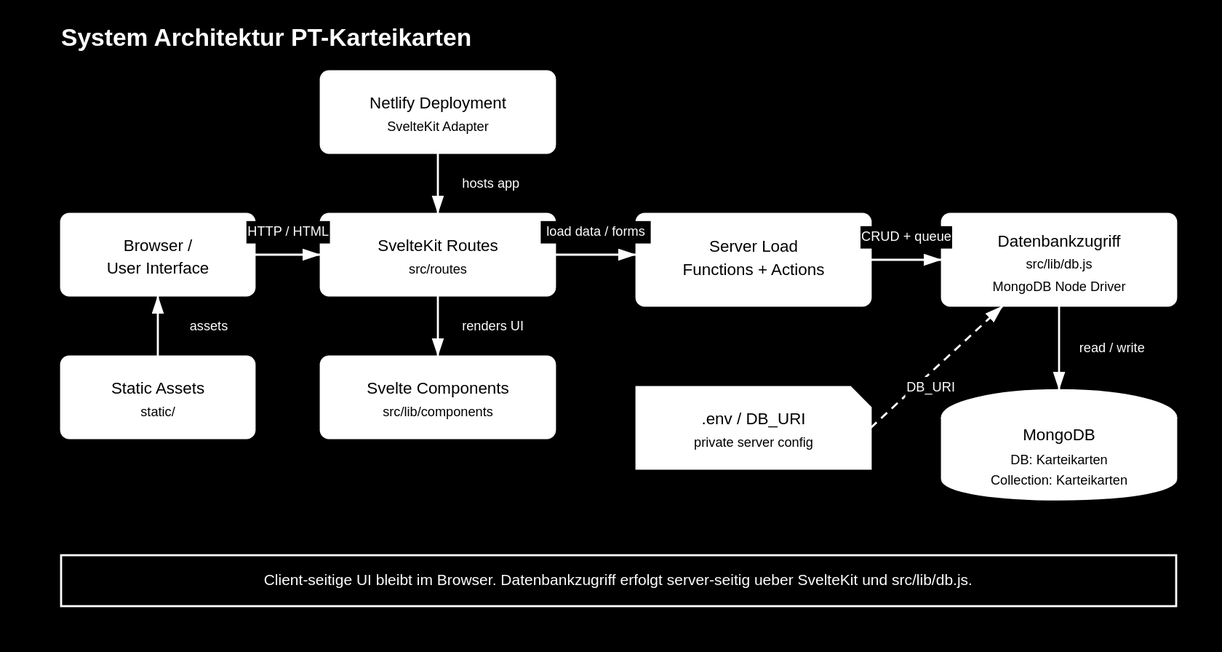
Above: doc/System_Architektur.drawio.svg in russoren1/PT-Karteikarten (draw.io), before the change. Source tidied: cells renumbered, new cells last; positions are measured from the earlier drawing's top-left corner, leaving out a move shared by most shapes.
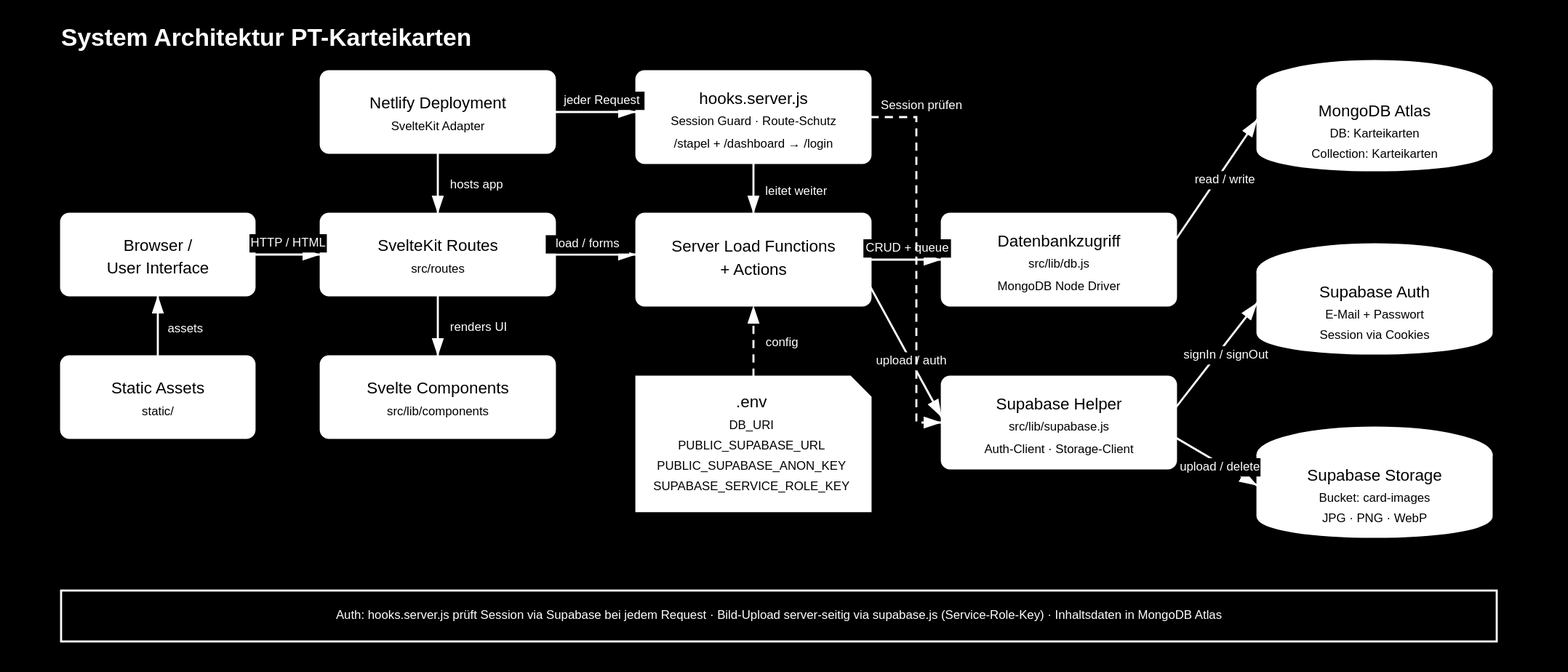
After the commit.

Commit message:
docs: Aktualisiere draw.io SVG Diagramme mit Supabase und neuen Feldern

System_Architektur: hooks.server.js, supabase.js Helper, Supabase Auth
und Supabase Storage als neue Komponenten ergaenzt. .env mit allen
Supabase-Variablen aktualisiert. Legende angepasst.

ER_Model: userId (opt.) bei Stapel und Karte, imageUrl und imagePosition
(opt.) bei Karte als gestrichelte Ellipsen ergaenzt.

What changed in the source:
```diff
@@ -2,9 +2,15 @@
   <root>
     <mxCell id="0" />
     <mxCell id="1" parent="0" />
+    <mxCell id="19" value="System Architektur PT-Karteikarten" style="text;html=1;strokeColor=none;fillColor=none;fontColor=#ffffff;fontSize=24;fontStyle=1;" parent="1" vertex="1">
+      <mxGeometry width="580" height="40" as="geometry" />
+    </mxCell>
     <mxCell id="2" value="Browser / User Interface" style="rounded=1;whiteSpace=wrap;html=1;fillColor=#ffffff;strokeColor=#ffffff;fontColor=#000000;" parent="1" vertex="1">
       <mxGeometry y="190" width="190" height="80" as="geometry" />
     </mxCell>
+    <mxCell id="10" value="Static Assets / static" style="rounded=1;whiteSpace=wrap;html=1;fillColor=#ffffff;strokeColor=#ffffff;fontColor=#000000;" parent="1" vertex="1">
+      <mxGeometry y="330" width="190" height="80" as="geometry" />
+    </mxCell>
     <mxCell id="3" value="Netlify Deployment / SvelteKit Adapter" style="rounded=1;whiteSpace=wrap;html=1;fillColor=#ffffff;strokeColor=#ffffff;fontColor=#000000;" parent="1" vertex="1">
       <mxGeometry x="255" y="50" width="230" height="80" as="geometry" />
     </mxCell>
@@ -14,50 +20,74 @@
     <mxCell id="5" value="Svelte Components / src/lib/components" style="rounded=1;whiteSpace=wrap;html=1;fillColor=#ffffff;strokeColor=#ffffff;fontColor=#000000;" parent="1" vertex="1">
       <mxGeometry x="255" y="330" width="230" height="80" as="geometry" />
     </mxCell>
+    <mxCell id="21" value="hooks.server.js / Session Guard / /stapel+/dashboard to /login" style="rounded=1;whiteSpace=wrap;html=1;fillColor=#ffffff;strokeColor=#ffffff;fontColor=#000000;" parent="1" vertex="1">
+      <mxGeometry x="565" y="50" width="230" height="90" as="geometry" />
+    </mxCell>
-    <mxCell id="6" value="Server Load Functions + Actions" style="rounded=1;whiteSpace=wrap;html=1;fillColor=#ffffff;strokeColor=#ffffff;fontColor=#000000;" parent="1" vertex="1">
+    <mxCell id="6" value="Server Load Functions + Actions / +page.server.js" style="rounded=1;whiteSpace=wrap;html=1;fillColor=#ffffff;strokeColor=#ffffff;fontColor=#000000;" parent="1" vertex="1">
       <mxGeometry x="565" y="190" width="230" height="90" as="geometry" />
     </mxCell>
+    <mxCell id="9" value=".env / DB_URI / PUBLIC_SUPABASE_URL / PUBLIC_SUPABASE_ANON_KEY / SUPABASE_SERVICE_ROLE_KEY" style="shape=note;whiteSpace=wrap;html=1;backgroundOutline=1;fillColor=#ffffff;strokeColor=#ffffff;fontColor=#000000;" parent="1" vertex="1">
+      <mxGeometry x="565" y="350" width="230" height="130" as="geometry" />
+    </mxCell>
-    <mxCell id="7" value="Datenbankzugriff / src/lib/db.js" style="rounded=1;whiteSpace=wrap;html=1;fillColor=#ffffff;strokeColor=#ffffff;fontColor=#000000;" parent="1" vertex="1">
+    <mxCell id="7" value="Datenbankzugriff / src/lib/db.js / MongoDB Node Driver" style="rounded=1;whiteSpace=wrap;html=1;fillColor=#ffffff;strokeColor=#ffffff;fontColor=#000000;" parent="1" vertex="1">
       <mxGeometry x="865" y="190" width="230" height="90" as="geometry" />
     </mxCell>
+    <mxCell id="22" value="Supabase Helper / src/lib/supabase.js / Auth-Client + Storage-Client" style="rounded=1;whiteSpace=wrap;html=1;fillColor=#ffffff;strokeColor=#ffffff;fontColor=#000000;" parent="1" vertex="1">
+      <mxGeometry x="865" y="350" width="230" height="90" as="geometry" />
+    </mxCell>
-    <mxCell id="8" value="MongoDB / DB Karteikarten / Collection Karteikarten" style="shape=cylinder3d;whiteSpace=wrap;html=1;boundedLbl=1;backgroundOutline=1;size=15;fillColor=#ffffff;strokeColor=#ffffff;fontColor=#000000;" parent="1" vertex="1">
-      <mxGeometry x="865" y="370" width="230" height="100" as="geometry" />
+    <mxCell id="8" value="MongoDB Atlas / DB Karteikarten / Collection Karteikarten" style="shape=cylinder3d;whiteSpace=wrap;html=1;boundedLbl=1;backgroundOutline=1;size=15;fillColor=#ffffff;strokeColor=#ffffff;fontColor=#000000;" parent="1" vertex="1">
+      <mxGeometry x="1175" y="40" width="230" height="110" as="geometry" />
     </mxCell>
-    <mxCell id="9" value=".env / DB_URI / private server config" style="shape=note;whiteSpace=wrap;html=1;backgroundOutline=1;darkOpacity=0.05;fillColor=#ffffff;strokeColor=#ffffff;fontColor=#000000;" parent="1" vertex="1">
-      <mxGeometry x="565" y="360" width="230" height="80" as="geometry" />
-    </mxCell>
-    <mxCell id="10" value="Static Assets / static" style="rounded=1;whiteSpace=wrap;html=1;fillColor=#ffffff;strokeColor=#ffffff;fontColor=#000000;" parent="1" vertex="1">
-      <mxGeometry y="330" width="190" height="80" as="geometry" />
-    </mxCell>
+    <mxCell id="23" value="Supabase Auth / E-Mail + Passwort / Session via Cookies (@supabase/ssr)" style="shape=cylinder3d;whiteSpace=wrap;html=1;boundedLbl=1;backgroundOutline=1;size=15;fillColor=#ffffff;strokeColor=#ffffff;fontColor=#000000;" parent="1" vertex="1">
+      <mxGeometry x="1175" y="220" width="230" height="110" as="geometry" />
+    </mxCell>
+    <mxCell id="24" value="Supabase Storage / Bucket: card-images / Pfad: deckSlug/cardId.ext" style="shape=cylinder3d;whiteSpace=wrap;html=1;boundedLbl=1;backgroundOutline=1;size=15;fillColor=#ffffff;strokeColor=#ffffff;fontColor=#000000;" parent="1" vertex="1">
+      <mxGeometry x="1175" y="400" width="230" height="110" as="geometry" />
+    </mxCell>
-    <mxCell id="11" value="HTTP / HTML" style="endArrow=block;html=1;rounded=0;strokeColor=#ffffff;fontColor=#ffffff;labelBackgroundColor=#000000;" parent="1" edge="1" source="2" target="4">
+    <mxCell id="11" value="HTTP/HTML" style="endArrow=block;html=1;strokeColor=#ffffff;fontColor=#ffffff;labelBackgroundColor=#000000;" parent="1" edge="1" source="2" target="4">
       <mxGeometry relative="1" as="geometry" />
     </mxCell>
+    <mxCell id="18" value="assets" style="endArrow=block;html=1;strokeColor=#ffffff;fontColor=#ffffff;labelBackgroundColor=#000000;" parent="1" edge="1" source="10" target="2">
+      <mxGeometry relative="1" as="geometry" />
+    </mxCell>
-    <mxCell id="12" value="hosts app" style="endArrow=block;html=1;rounded=0;strokeColor=#ffffff;fontColor=#ffffff;labelBackgroundColor=#000000;" parent="1" edge="1" source="3" target="4">
+    <mxCell id="12" value="hosts app" style="endArrow=block;html=1;strokeColor=#ffffff;fontColor=#ffffff;labelBackgroundColor=#000000;" parent="1" edge="1" source="3" target="4">
       <mxGeometry relative="1" as="geometry" />
     </mxCell>
+    <mxCell id="25" value="jeder Request" style="endArrow=block;html=1;strokeColor=#ffffff;fontColor=#ffffff;labelBackgroundColor=#000000;" parent="1" edge="1" source="3" target="21">
+      <mxGeometry relative="1" as="geometry" />
+    </mxCell>
+    <mxCell id="26" value="leitet weiter" style="endArrow=block;html=1;strokeColor=#ffffff;fontColor=#ffffff;labelBackgroundColor=#000000;" parent="1" edge="1" source="21" target="6">
+      <mxGeometry relative="1" as="geometry" />
+    </mxCell>
-    <mxCell id="13" value="renders UI" style="endArrow=block;html=1;rounded=0;strokeColor=#ffffff;fontColor=#ffffff;labelBackgroundColor=#000000;" parent="1" edge="1" source="4" target="5">
+    <mxCell id="13" value="renders UI" style="endArrow=block;html=1;strokeColor=#ffffff;fontColor=#ffffff;labelBackgroundColor=#000000;" parent="1" edge="1" source="4" target="5">
       <mxGeometry relative="1" as="geometry" />
     </mxCell>
-    <mxCell id="14" value="load data / forms" style="endArrow=block;html=1;rounded=0;strokeColor=#ffffff;fontColor=#ffffff;labelBackgroundColor=#000000;" parent="1" edge="1" source="4" target="6">
+    <mxCell id="14" value="load/forms" style="endArrow=block;html=1;strokeColor=#ffffff;fontColor=#ffffff;labelBackgroundColor=#000000;" parent="1" edge="1" source="4" target="6">
       <mxGeometry relative="1" as="geometry" />
     </mxCell>
-    <mxCell id="15" value="CRUD + queue" style="endArrow=block;html=1;rounded=0;strokeColor=#ffffff;fontColor=#ffffff;labelBackgroundColor=#000000;" parent="1" edge="1" source="6" target="7">
+    <mxCell id="15" value="CRUD+queue" style="endArrow=block;html=1;strokeColor=#ffffff;fontColor=#ffffff;labelBackgroundColor=#000000;" parent="1" edge="1" source="6" target="7">
       <mxGeometry relative="1" as="geometry" />
     </mxCell>
+    <mxCell id="27" value="upload/auth" style="endArrow=block;html=1;strokeColor=#ffffff;fontColor=#ffffff;labelBackgroundColor=#000000;" parent="1" edge="1" source="6" target="22">
+      <mxGeometry relative="1" as="geometry" />
+    </mxCell>
-    <mxCell id="16" value="read / write" style="endArrow=block;html=1;rounded=0;strokeColor=#ffffff;fontColor=#ffffff;labelBackgroundColor=#000000;" parent="1" edge="1" source="7" target="8">
+    <mxCell id="16" value="read/write" style="endArrow=block;html=1;strokeColor=#ffffff;fontColor=#ffffff;labelBackgroundColor=#000000;" parent="1" edge="1" source="7" target="8">
       <mxGeometry relative="1" as="geometry" />
     </mxCell>
-    <mxCell id="17" value="DB_URI" style="endArrow=block;html=1;rounded=0;strokeColor=#ffffff;fontColor=#ffffff;labelBackgroundColor=#000000;dashed=1;" parent="1" edge="1" source="9" target="7">
-      <mxGeometry relative="1" as="geometry" />
-    </mxCell>
-    <mxCell id="18" value="assets" style="endArrow=block;html=1;rounded=0;strokeColor=#ffffff;fontColor=#ffffff;labelBackgroundColor=#000000;" parent="1" edge="1" source="10" target="2">
-      <mxGeometry relative="1" as="geometry" />
-    </mxCell>
-    <mxCell id="19" value="System Architektur PT-Karteikarten" style="text;html=1;strokeColor=none;fillColor=none;fontColor=#ffffff;fontSize=24;fontStyle=1;" parent="1" vertex="1">
-      <mxGeometry width="480" height="40" as="geometry" />
-    </mxCell>
+    <mxCell id="28" value="signIn/signOut" style="endArrow=block;html=1;strokeColor=#ffffff;fontColor=#ffffff;labelBackgroundColor=#000000;" parent="1" edge="1" source="22" target="23">
+      <mxGeometry relative="1" as="geometry" />
+    </mxCell>
+    <mxCell id="29" value="upload/delete" style="endArrow=block;html=1;strokeColor=#ffffff;fontColor=#ffffff;labelBackgroundColor=#000000;" parent="1" edge="1" source="22" target="24">
+      <mxGeometry relative="1" as="geometry" />
+    </mxCell>
+    <mxCell id="30" value="config" style="endArrow=block;html=1;strokeColor=#ffffff;fontColor=#ffffff;labelBackgroundColor=#000000;dashed=1;" parent="1" edge="1" source="9" target="6">
+      <mxGeometry relative="1" as="geometry" />
+    </mxCell>
+    <mxCell id="31" value="Session pruefen" style="endArrow=block;html=1;strokeColor=#ffffff;fontColor=#ffffff;labelBackgroundColor=#000000;dashed=1;" parent="1" edge="1" source="21" target="22">
+      <mxGeometry relative="1" as="geometry" />
+    </mxCell>
-    <mxCell id="20" value="Client-seitige UI bleibt im Browser. Datenbankzugriff erfolgt server-seitig ueber SvelteKit und src/lib/db.js." style="rounded=0;whiteSpace=wrap;html=1;fillColor=none;strokeColor=#ffffff;fontColor=#ffffff;" parent="1" vertex="1">
-      <mxGeometry y="525" width="1095" height="50" as="geometry" />
+    <mxCell id="20" value="Auth: hooks.server.js validiert Session via Supabase bei jedem Request. Bild-Upload server-seitig via supabase.js (Service-Role-Key). Inhaltsdaten (Stapel, Karten, Leitner) in MongoDB Atlas." style="rounded=0;whiteSpace=wrap;html=1;fillColor=none;strokeColor=#ffffff;fontColor=#ffffff;" parent="1" vertex="1">
+      <mxGeometry y="570" width="1390" height="50" as="geometry" />
     </mxCell>
   </root>
 </mxGraphModel>
```
